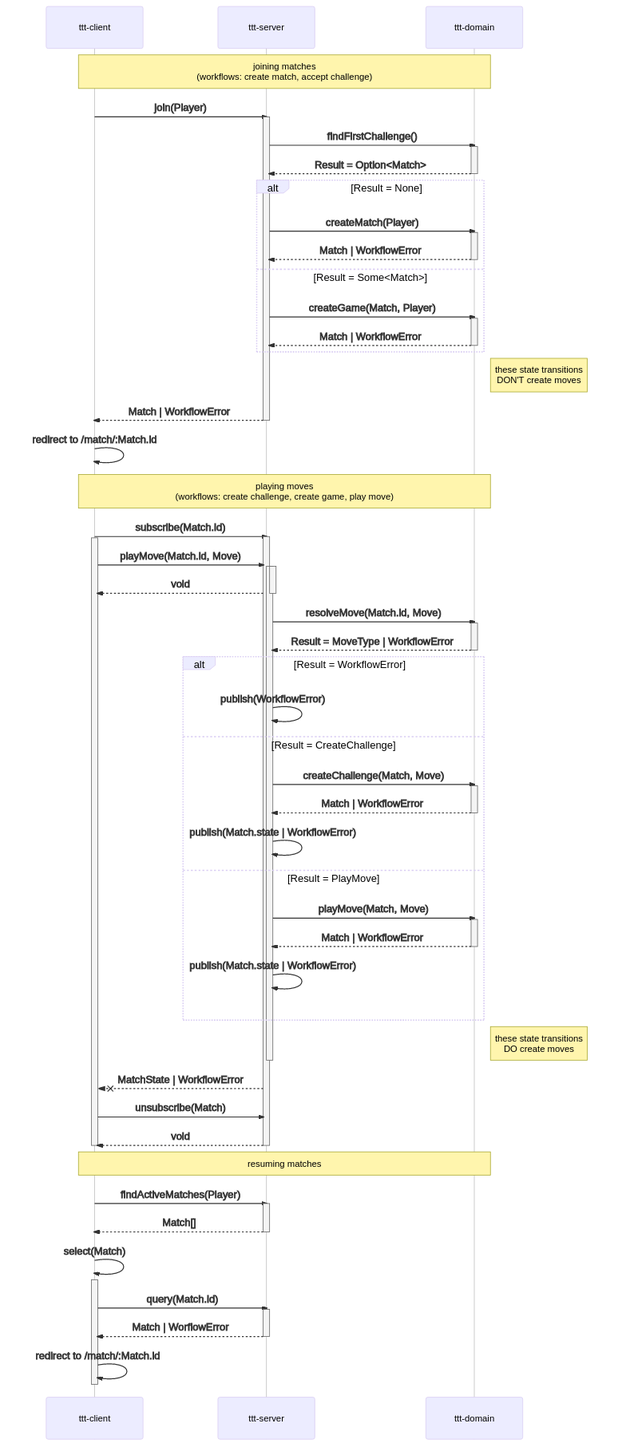
The Mermaid diagram ttt-docs/images/sequence.png in grancalavera/ttt, before a commit. Its source is kept beside it as ttt-docs/src/sequence.mmd. Source of this version:
```mermaid
sequenceDiagram
  participant c as ttt-client
  participant s as ttt-server
  participant d as ttt-domain

  note over c,d: joining matches <br />(workflows: create match, accept challenge)

  c->>+s: join(Player)

    s->>+d: findFirstChallenge()
    d-->>-s: Result = Option<Match>

    alt Result = None
      s->>+d: createMatch(Player)
      d-->>-s: Match | WorkflowError

    else Result = Some<Match>
      s->>+d: createGame(Match, Player)

      d-->>-s: Match | WorkflowError
    end
      note right of d: these state transitions <br /> DON'T create moves

  s-->>-c: Match | WorkflowError

  c->>c: redirect to /match/:Match.id

  note over c,d: playing moves <br />(workflows: create challenge, create game, play move)

  c->>+s: subscribe(Match.id)
  activate c

  c->>+s: playMove(Match.id, Move)
  activate s
  s-->>-c: void

  s->>+d: resolveMove(Match.id, Move)
  d-->>-s: Result = MoveType | WorkflowError


  alt Result = WorkflowError
    s->>s: publish(WorkflowError)

  else Result = CreateChallenge
    s->>+d: createChallenge(Match, Move)
    d-->>-s: Match | WorkflowError
    s->>s: publish(Match.state | WorkflowError)

  else Result = PlayMove
    s->>+d: playMove(Match, Move)
    d-->>-s: Match | WorkflowError
    s->>s: publish(Match.state | WorkflowError)

  end

  note right of d: these state transitions <br /> DO create moves

  deactivate s

  s--xc: MatchState | WorkflowError
  c->>s: unsubscribe(Match)
  s-->>-c: void
  deactivate c

  note over c,d: resuming matches

  c->>+s: findActiveMatches(Player)
  s-->>-c: Match[]

  c->>c: select(Match)
  activate c
  c->>+s: query(Match.id)
  s-->>-c: Match | WorflowError
  c->>c: redirect to /match/:Match.id
  deactivate c
```
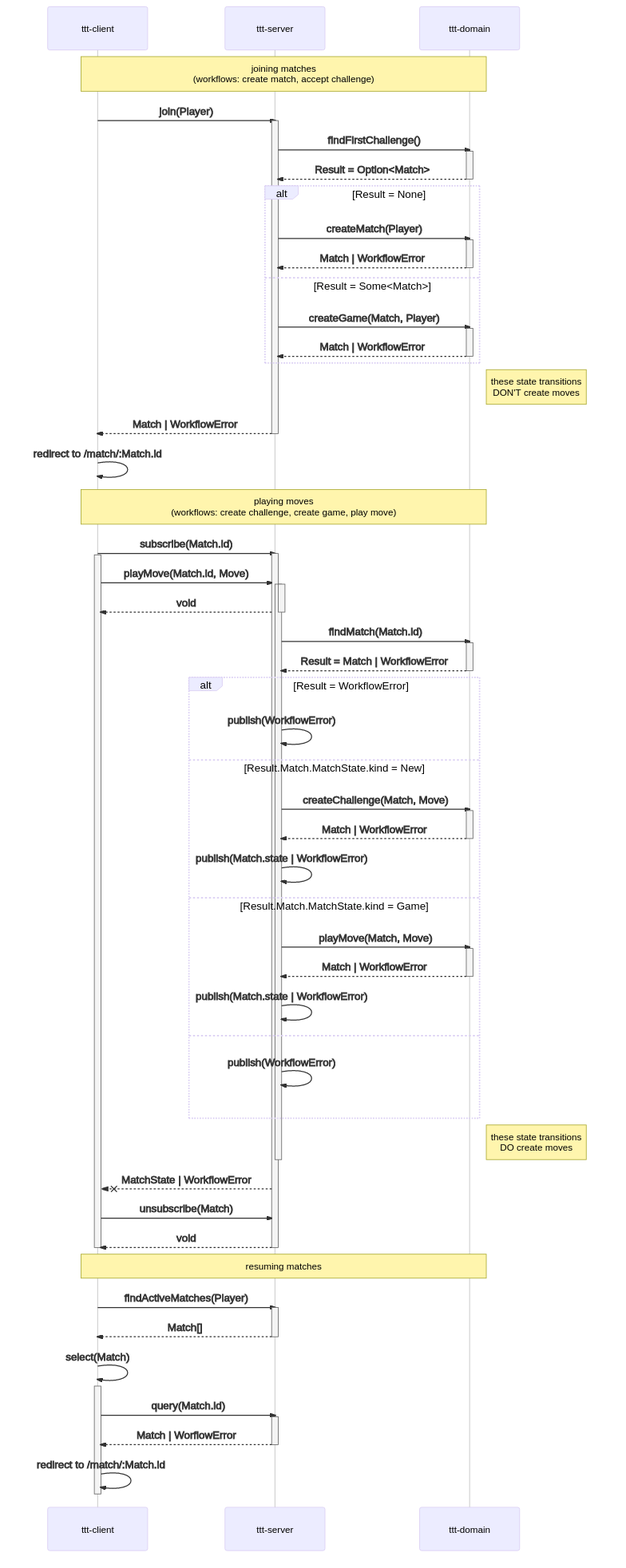
The same file after the commit.

What changed in the source:
```diff
@@ -30,27 +30,29 @@
   c->>+s: subscribe(Match.id)
   activate c
 
-  c->>+s: playMove(Match.id, Move)
+  c->>+s: play(Match.id, Move)
   activate s
   s-->>-c: void
 
-  s->>+d: resolveMove(Match.id, Move)
-  d-->>-s: Result = MoveType | WorkflowError
-
+  s->>+d: findMatch(Match.id)
+  d-->>-s: Result = Match | WorkflowError
 
   alt Result = WorkflowError
     s->>s: publish(WorkflowError)
 
-  else Result = CreateChallenge
+  else Result.Match.MatchState.kind = New
     s->>+d: createChallenge(Match, Move)
     d-->>-s: Match | WorkflowError
     s->>s: publish(Match.state | WorkflowError)
 
-  else Result = PlayMove
+  else Result.Match.MatchState.kind = Game
     s->>+d: playMove(Match, Move)
     d-->>-s: Match | WorkflowError
     s->>s: publish(Match.state | WorkflowError)
 
+
+  else
+    s->>s: publish(WorkflowError)
   end
 
   note right of d: these state transitions <br /> DO create moves
```
